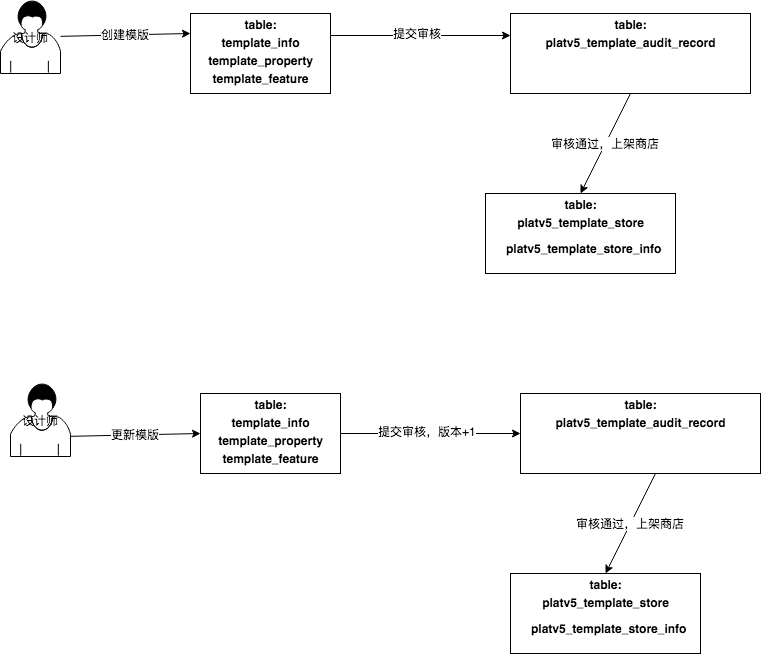
Earlier version of the draw.io export a.png (jinbiaomao/mao_demo). Source tidied: cells renumbered, new cells last; positions are measured from the earlier drawing's top-left corner, leaving out a move shared by most shapes. Source of this version:
```xml
<mxGraphModel background="#ffffff">
  <root>
    <mxCell id="0" />
    <mxCell id="1" parent="0" />
    <mxCell id="2" value="设计师" style="shape=mxgraph.bpmn.user_task;html=1;outlineConnect=0;" parent="1" vertex="1">
      <mxGeometry width="60" height="73" as="geometry" />
    </mxCell>
    <mxCell id="3" value="创建模版" style="endArrow=classic;html=1;" parent="1" edge="1" source="2">
      <mxGeometry relative="1" as="geometry">
        <mxPoint x="190" y="33" as="targetPoint" />
      </mxGeometry>
    </mxCell>
    <mxCell id="4" value="&lt;p style=&quot;margin: 0px ; margin-top: 4px ; text-align: center&quot;&gt;&lt;b&gt;table:&lt;/b&gt;&lt;/p&gt;&lt;p style=&quot;margin: 0px ; margin-top: 4px ; text-align: center&quot;&gt;&lt;b&gt;template_info&lt;/b&gt;&lt;/p&gt;&lt;p style=&quot;margin: 0px ; margin-top: 4px ; text-align: center&quot;&gt;&lt;b&gt;template_property&lt;/b&gt;&lt;/p&gt;&lt;p style=&quot;margin: 0px ; margin-top: 4px ; text-align: center&quot;&gt;&lt;b&gt;template_feature&lt;/b&gt;&lt;/p&gt;" style="verticalAlign=top;align=left;overflow=fill;fontSize=12;fontFamily=Helvetica;html=1;" parent="1" vertex="1">
      <mxGeometry x="190" y="13" width="140" height="80" as="geometry" />
    </mxCell>
    <mxCell id="5" style="endArrow=classic;html=1;exitX=1;exitY=0.5;" parent="1" edge="1">
      <mxGeometry relative="1" as="geometry">
        <mxPoint x="330" y="35" as="sourcePoint" />
        <mxPoint x="510" y="35" as="targetPoint" />
      </mxGeometry>
    </mxCell>
    <mxCell id="6" value="提交审核&lt;br&gt;&lt;br&gt;" style="text;html=1;align=center;verticalAlign=middle;labelBackgroundColor=#ffffff;" parent="5" vertex="1">
      <mxGeometry x="-0.04" y="-4" relative="1" as="geometry" />
    </mxCell>
    <mxCell id="7" value="&lt;p style=&quot;margin: 0px ; margin-top: 4px ; text-align: center&quot;&gt;&lt;b&gt;table:&lt;/b&gt;&lt;/p&gt;&lt;p style=&quot;margin: 0px ; margin-top: 4px ; text-align: center&quot;&gt;&lt;b&gt;platv5_template_&lt;/b&gt;&lt;b&gt;audit_record&lt;/b&gt;&lt;/p&gt;" style="verticalAlign=top;align=left;overflow=fill;fontSize=12;fontFamily=Helvetica;html=1;" parent="1" vertex="1">
      <mxGeometry x="510" y="13" width="240" height="80" as="geometry" />
    </mxCell>
    <mxCell id="8" value="审核通过，上架商店" style="endArrow=classic;html=1;exitX=0.5;exitY=1;" parent="1" edge="1" source="7">
      <mxGeometry relative="1" as="geometry">
        <mxPoint x="580" y="193" as="targetPoint" />
      </mxGeometry>
    </mxCell>
    <mxCell id="9" value="&lt;p style=&quot;margin: 0px ; margin-top: 4px ; text-align: center&quot;&gt;&lt;b&gt;table:&lt;/b&gt;&lt;/p&gt;&lt;p style=&quot;margin: 0px ; margin-top: 4px ; text-align: center&quot;&gt;&lt;b&gt;platv5_template&lt;/b&gt;&lt;b&gt;_&lt;/b&gt;&lt;b&gt;store&lt;/b&gt;&lt;/p&gt;&lt;p&gt;&lt;b&gt;&amp;nbsp; &amp;nbsp; &amp;nbsp; platv5_template&lt;/b&gt;&lt;b&gt;_&lt;/b&gt;&lt;b&gt;store_info&lt;/b&gt;&lt;/p&gt;&lt;p&gt;&lt;b&gt;&lt;br&gt;&lt;/b&gt;&lt;/p&gt;" style="verticalAlign=top;align=left;overflow=fill;fontSize=12;fontFamily=Helvetica;html=1;" parent="1" vertex="1">
      <mxGeometry x="485" y="193" width="190" height="80" as="geometry" />
    </mxCell>
    <mxCell id="10" value="设计师" style="shape=mxgraph.bpmn.user_task;html=1;" parent="1" vertex="1">
      <mxGeometry x="10" y="383" width="60" height="73" as="geometry" />
    </mxCell>
    <mxCell id="11" value="更新模版" style="endArrow=classic;html=1;" parent="1" edge="1">
      <mxGeometry relative="1" as="geometry">
        <mxPoint x="70" y="435.8" as="sourcePoint" />
        <mxPoint x="200" y="433" as="targetPoint" />
      </mxGeometry>
    </mxCell>
    <mxCell id="12" value="&lt;p style=&quot;margin: 0px ; margin-top: 4px ; text-align: center&quot;&gt;&lt;b&gt;table:&lt;/b&gt;&lt;/p&gt;&lt;p style=&quot;margin: 0px ; margin-top: 4px ; text-align: center&quot;&gt;&lt;b&gt;template_info&lt;/b&gt;&lt;/p&gt;&lt;p style=&quot;margin: 0px ; margin-top: 4px ; text-align: center&quot;&gt;&lt;b&gt;template_property&lt;/b&gt;&lt;/p&gt;&lt;p style=&quot;margin: 0px ; margin-top: 4px ; text-align: center&quot;&gt;&lt;b&gt;template_feature&lt;/b&gt;&lt;/p&gt;" style="verticalAlign=top;align=left;overflow=fill;fontSize=12;fontFamily=Helvetica;html=1;" parent="1" vertex="1">
      <mxGeometry x="200" y="393" width="140" height="80" as="geometry" />
    </mxCell>
    <mxCell id="13" style="endArrow=classic;html=1;exitX=1;exitY=0.5;" parent="1" edge="1">
      <mxGeometry relative="1" as="geometry">
        <mxPoint x="340" y="433" as="sourcePoint" />
        <mxPoint x="520" y="433" as="targetPoint" />
      </mxGeometry>
    </mxCell>
    <mxCell id="14" value="提交审核，版本+1&lt;br&gt;&lt;br&gt;" style="text;html=1;align=center;verticalAlign=middle;labelBackgroundColor=#ffffff;" parent="13" vertex="1">
      <mxGeometry x="-0.04" y="-4" relative="1" as="geometry" />
    </mxCell>
    <mxCell id="15" value="&lt;p style=&quot;margin: 0px ; margin-top: 4px ; text-align: center&quot;&gt;&lt;b&gt;table:&lt;/b&gt;&lt;/p&gt;&lt;p style=&quot;margin: 0px ; margin-top: 4px ; text-align: center&quot;&gt;&lt;b&gt;platv5_template_&lt;/b&gt;&lt;b&gt;audit_record&lt;/b&gt;&lt;/p&gt;" style="verticalAlign=top;align=left;overflow=fill;fontSize=12;fontFamily=Helvetica;html=1;" parent="1" vertex="1">
      <mxGeometry x="520" y="393" width="240" height="80" as="geometry" />
    </mxCell>
    <mxCell id="16" value="审核通过，上架商店" style="endArrow=classic;html=1;exitX=0.5;exitY=1;" parent="1" edge="1">
      <mxGeometry relative="1" as="geometry">
        <mxPoint x="655" y="473" as="sourcePoint" />
        <mxPoint x="605" y="573" as="targetPoint" />
      </mxGeometry>
    </mxCell>
    <mxCell id="17" value="&lt;p style=&quot;margin: 0px ; margin-top: 4px ; text-align: center&quot;&gt;&lt;b&gt;table:&lt;/b&gt;&lt;/p&gt;&lt;p style=&quot;margin: 0px ; margin-top: 4px ; text-align: center&quot;&gt;&lt;b&gt;platv5_template&lt;/b&gt;&lt;b&gt;_&lt;/b&gt;&lt;b&gt;store&lt;/b&gt;&lt;/p&gt;&lt;p&gt;&lt;b&gt;&amp;nbsp; &amp;nbsp; &amp;nbsp; platv5_template&lt;/b&gt;&lt;b&gt;_&lt;/b&gt;&lt;b&gt;store_info&lt;/b&gt;&lt;/p&gt;&lt;p&gt;&lt;b&gt;&lt;br&gt;&lt;/b&gt;&lt;/p&gt;" style="verticalAlign=top;align=left;overflow=fill;fontSize=12;fontFamily=Helvetica;html=1;" parent="1" vertex="1">
      <mxGeometry x="510" y="573" width="190" height="80" as="geometry" />
    </mxCell>
  </root>
</mxGraphModel>
```
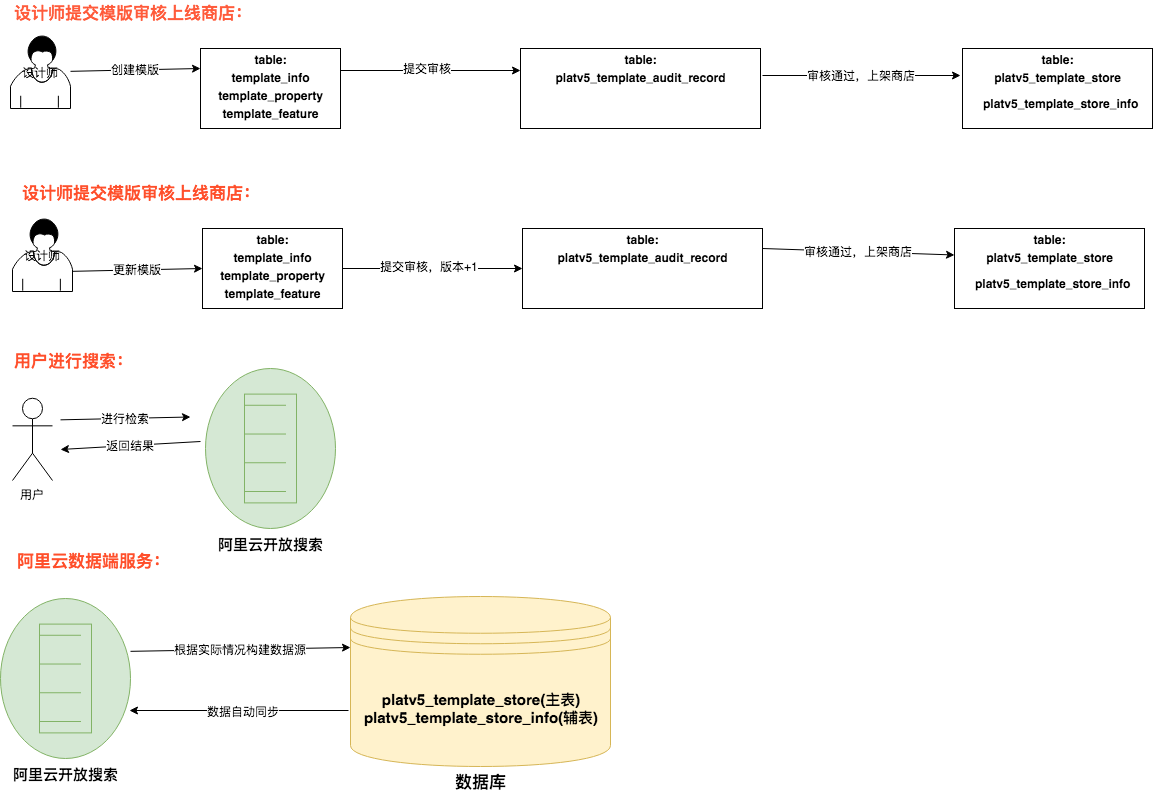
The same file after the commit.

Change to the diagram source:
```diff
@@ -25,46 +25,98 @@
     <mxCell id="7" value="&lt;p style=&quot;margin: 0px ; margin-top: 4px ; text-align: center&quot;&gt;&lt;b&gt;table:&lt;/b&gt;&lt;/p&gt;&lt;p style=&quot;margin: 0px ; margin-top: 4px ; text-align: center&quot;&gt;&lt;b&gt;platv5_template_&lt;/b&gt;&lt;b&gt;audit_record&lt;/b&gt;&lt;/p&gt;" style="verticalAlign=top;align=left;overflow=fill;fontSize=12;fontFamily=Helvetica;html=1;" parent="1" vertex="1">
       <mxGeometry x="510" y="13" width="240" height="80" as="geometry" />
     </mxCell>
-    <mxCell id="8" value="审核通过，上架商店" style="endArrow=classic;html=1;exitX=0.5;exitY=1;" parent="1" edge="1" source="7">
+    <mxCell id="8" value="审核通过，上架商店" style="endArrow=classic;html=1;exitX=1.008;exitY=0.338;exitPerimeter=0;" parent="1" edge="1" source="7">
       <mxGeometry relative="1" as="geometry">
-        <mxPoint x="580" y="193" as="targetPoint" />
+        <mxPoint x="950" y="40" as="targetPoint" />
       </mxGeometry>
     </mxCell>
     <mxCell id="9" value="&lt;p style=&quot;margin: 0px ; margin-top: 4px ; text-align: center&quot;&gt;&lt;b&gt;table:&lt;/b&gt;&lt;/p&gt;&lt;p style=&quot;margin: 0px ; margin-top: 4px ; text-align: center&quot;&gt;&lt;b&gt;platv5_template&lt;/b&gt;&lt;b&gt;_&lt;/b&gt;&lt;b&gt;store&lt;/b&gt;&lt;/p&gt;&lt;p&gt;&lt;b&gt;&amp;nbsp; &amp;nbsp; &amp;nbsp; platv5_template&lt;/b&gt;&lt;b&gt;_&lt;/b&gt;&lt;b&gt;store_info&lt;/b&gt;&lt;/p&gt;&lt;p&gt;&lt;b&gt;&lt;br&gt;&lt;/b&gt;&lt;/p&gt;" style="verticalAlign=top;align=left;overflow=fill;fontSize=12;fontFamily=Helvetica;html=1;" parent="1" vertex="1">
-      <mxGeometry x="485" y="193" width="190" height="80" as="geometry" />
+      <mxGeometry x="952" y="13" width="190" height="80" as="geometry" />
     </mxCell>
-    <mxCell id="10" value="设计师" style="shape=mxgraph.bpmn.user_task;html=1;" parent="1" vertex="1">
-      <mxGeometry x="10" y="383" width="60" height="73" as="geometry" />
+    <mxCell id="10" value="设计师" style="shape=mxgraph.bpmn.user_task;html=1;fillColor=#ffffff;strokeColor=#000000;" parent="1" vertex="1">
+      <mxGeometry x="2" y="183" width="60" height="73" as="geometry" />
     </mxCell>
     <mxCell id="11" value="更新模版" style="endArrow=classic;html=1;" parent="1" edge="1">
       <mxGeometry relative="1" as="geometry">
-        <mxPoint x="70" y="435.8" as="sourcePoint" />
-        <mxPoint x="200" y="433" as="targetPoint" />
+        <mxPoint x="62" y="235.8" as="sourcePoint" />
+        <mxPoint x="192" y="233" as="targetPoint" />
       </mxGeometry>
     </mxCell>
     <mxCell id="12" value="&lt;p style=&quot;margin: 0px ; margin-top: 4px ; text-align: center&quot;&gt;&lt;b&gt;table:&lt;/b&gt;&lt;/p&gt;&lt;p style=&quot;margin: 0px ; margin-top: 4px ; text-align: center&quot;&gt;&lt;b&gt;template_info&lt;/b&gt;&lt;/p&gt;&lt;p style=&quot;margin: 0px ; margin-top: 4px ; text-align: center&quot;&gt;&lt;b&gt;template_property&lt;/b&gt;&lt;/p&gt;&lt;p style=&quot;margin: 0px ; margin-top: 4px ; text-align: center&quot;&gt;&lt;b&gt;template_feature&lt;/b&gt;&lt;/p&gt;" style="verticalAlign=top;align=left;overflow=fill;fontSize=12;fontFamily=Helvetica;html=1;" parent="1" vertex="1">
-      <mxGeometry x="200" y="393" width="140" height="80" as="geometry" />
+      <mxGeometry x="192" y="193" width="140" height="80" as="geometry" />
     </mxCell>
     <mxCell id="13" style="endArrow=classic;html=1;exitX=1;exitY=0.5;" parent="1" edge="1">
       <mxGeometry relative="1" as="geometry">
-        <mxPoint x="340" y="433" as="sourcePoint" />
-        <mxPoint x="520" y="433" as="targetPoint" />
+        <mxPoint x="332" y="233" as="sourcePoint" />
+        <mxPoint x="512" y="233" as="targetPoint" />
       </mxGeometry>
     </mxCell>
     <mxCell id="14" value="提交审核，版本+1&lt;br&gt;&lt;br&gt;" style="text;html=1;align=center;verticalAlign=middle;labelBackgroundColor=#ffffff;" parent="13" vertex="1">
       <mxGeometry x="-0.04" y="-4" relative="1" as="geometry" />
     </mxCell>
     <mxCell id="15" value="&lt;p style=&quot;margin: 0px ; margin-top: 4px ; text-align: center&quot;&gt;&lt;b&gt;table:&lt;/b&gt;&lt;/p&gt;&lt;p style=&quot;margin: 0px ; margin-top: 4px ; text-align: center&quot;&gt;&lt;b&gt;platv5_template_&lt;/b&gt;&lt;b&gt;audit_record&lt;/b&gt;&lt;/p&gt;" style="verticalAlign=top;align=left;overflow=fill;fontSize=12;fontFamily=Helvetica;html=1;" parent="1" vertex="1">
-      <mxGeometry x="520" y="393" width="240" height="80" as="geometry" />
+      <mxGeometry x="512" y="193" width="240" height="80" as="geometry" />
     </mxCell>
-    <mxCell id="16" value="审核通过，上架商店" style="endArrow=classic;html=1;exitX=0.5;exitY=1;" parent="1" edge="1">
+    <mxCell id="16" value="审核通过，上架商店" style="endArrow=classic;html=1;exitX=1;exitY=0.25;entryX=0;entryY=0.375;entryPerimeter=0;" parent="1" edge="1" source="15">
       <mxGeometry relative="1" as="geometry">
-        <mxPoint x="655" y="473" as="sourcePoint" />
-        <mxPoint x="605" y="573" as="targetPoint" />
+        <mxPoint x="944" y="219.5" as="targetPoint" />
       </mxGeometry>
     </mxCell>
     <mxCell id="17" value="&lt;p style=&quot;margin: 0px ; margin-top: 4px ; text-align: center&quot;&gt;&lt;b&gt;table:&lt;/b&gt;&lt;/p&gt;&lt;p style=&quot;margin: 0px ; margin-top: 4px ; text-align: center&quot;&gt;&lt;b&gt;platv5_template&lt;/b&gt;&lt;b&gt;_&lt;/b&gt;&lt;b&gt;store&lt;/b&gt;&lt;/p&gt;&lt;p&gt;&lt;b&gt;&amp;nbsp; &amp;nbsp; &amp;nbsp; platv5_template&lt;/b&gt;&lt;b&gt;_&lt;/b&gt;&lt;b&gt;store_info&lt;/b&gt;&lt;/p&gt;&lt;p&gt;&lt;b&gt;&lt;br&gt;&lt;/b&gt;&lt;/p&gt;" style="verticalAlign=top;align=left;overflow=fill;fontSize=12;fontFamily=Helvetica;html=1;" parent="1" vertex="1">
-      <mxGeometry x="510" y="573" width="190" height="80" as="geometry" />
+      <mxGeometry x="944" y="193" width="190" height="80" as="geometry" />
     </mxCell>
+    <mxCell id="18" value="用户" style="shape=umlActor;verticalLabelPosition=bottom;labelBackgroundColor=#ffffff;verticalAlign=top;html=1;" parent="1" vertex="1">
+      <mxGeometry x="2" y="363" width="40" height="82" as="geometry" />
+    </mxCell>
+    <mxCell id="19" value="进行检索" style="endArrow=classic;html=1;" parent="1" edge="1">
+      <mxGeometry relative="1" as="geometry">
+        <mxPoint x="50" y="384.3" as="sourcePoint" />
+        <mxPoint x="180" y="381.5" as="targetPoint" />
+      </mxGeometry>
+    </mxCell>
+    <mxCell id="20" value="&lt;font style=&quot;font-size: 15px&quot;&gt;&lt;b&gt;platv5_template_store(主表)&lt;br&gt;platv5_template_store_info(辅表)&lt;/b&gt;&lt;/font&gt;&lt;br&gt;" style="shape=datastore;whiteSpace=wrap;html=1;fillColor=#fff2cc;strokeColor=#d6b656;" parent="1" vertex="1">
+      <mxGeometry x="340" y="561" width="260" height="170" as="geometry" />
+    </mxCell>
+    <mxCell id="21" value="返回结果" style="endArrow=classic;html=1;exitX=0;exitY=0.3;" parent="1" edge="1">
+      <mxGeometry relative="1" as="geometry">
+        <mxPoint x="190" y="406" as="sourcePoint" />
+        <mxPoint x="50" y="414" as="targetPoint" />
+      </mxGeometry>
+    </mxCell>
+    <mxCell id="22" value="&lt;font style=&quot;font-size: 15px&quot;&gt;&lt;b&gt;阿里云开放搜索&lt;/b&gt;&lt;/font&gt;" style="shape=mxgraph.bpmn.shape;html=1;verticalLabelPosition=bottom;labelBackgroundColor=#ffffff;verticalAlign=top;align=center;perimeter=ellipsePerimeter;outline=eventInt;symbol=conditional;fillColor=#d5e8d4;strokeColor=#82b366;" parent="1" vertex="1">
+      <mxGeometry x="195" y="333" width="130" height="160" as="geometry" />
+    </mxCell>
+    <mxCell id="23" value="&lt;font style=&quot;font-size: 15px&quot;&gt;&lt;b&gt;阿里云开放搜索&lt;/b&gt;&lt;/font&gt;" style="shape=mxgraph.bpmn.shape;html=1;verticalLabelPosition=bottom;labelBackgroundColor=#ffffff;verticalAlign=top;align=center;perimeter=ellipsePerimeter;outline=eventInt;symbol=conditional;fillColor=#d5e8d4;strokeColor=#82b366;" parent="1" vertex="1">
+      <mxGeometry x="-10" y="563" width="130" height="160" as="geometry" />
+    </mxCell>
+    <mxCell id="24" value="根据实际情况构建数据源" style="endArrow=classic;html=1;entryX=0;entryY=0.3;" parent="1" edge="1" target="20">
+      <mxGeometry relative="1" as="geometry">
+        <mxPoint x="120" y="615.8" as="sourcePoint" />
+      </mxGeometry>
+    </mxCell>
+    <mxCell id="25" style="endArrow=classic;html=1;entryX=0.992;entryY=0.65;entryPerimeter=0;" parent="1" edge="1">
+      <mxGeometry relative="1" as="geometry">
+        <mxPoint x="338" y="675" as="sourcePoint" />
+        <mxPoint x="119" y="675" as="targetPoint" />
+      </mxGeometry>
+    </mxCell>
+    <mxCell id="26" value="数据自动同步" style="text;html=1;align=center;verticalAlign=middle;labelBackgroundColor=#ffffff;" parent="25" vertex="1">
+      <mxGeometry x="-0.03" relative="1" as="geometry" />
+    </mxCell>
+    <mxCell id="27" value="&lt;font style=&quot;font-size: 17px&quot;&gt;&lt;b&gt;数据库&lt;/b&gt;&lt;/font&gt;" style="text;html=1;align=left;verticalAlign=top;spacingTop=-4;" parent="1" vertex="1">
+      <mxGeometry x="443" y="734" width="70" height="20" as="geometry" />
+    </mxCell>
+    <mxCell id="28" value="&lt;font style=&quot;font-size: 17px&quot; color=&quot;#ff5b3b&quot;&gt;&lt;b&gt;设计师提交模版审核上线商店：&lt;/b&gt;&lt;/font&gt;" style="text;html=1;align=left;verticalAlign=top;spacingTop=-4;" parent="1" vertex="1">
+      <mxGeometry x="2" y="-35" width="250" height="20" as="geometry" />
+    </mxCell>
+    <mxCell id="29" value="&lt;b style=&quot;font-size: 17px&quot;&gt;&lt;font color=&quot;#ff4f2b&quot;&gt;设计师提交模版审核上线商店：&lt;/font&gt;&lt;/b&gt;" style="text;html=1;align=left;verticalAlign=top;spacingTop=-4;" parent="1" vertex="1">
+      <mxGeometry x="10" y="145" width="250" height="20" as="geometry" />
+    </mxCell>
+    <mxCell id="30" value="&lt;font color=&quot;#ff4f2b&quot;&gt;&lt;span style=&quot;font-size: 17px&quot;&gt;&lt;b&gt;用户进行搜索：&lt;/b&gt;&lt;/span&gt;&lt;/font&gt;" style="text;html=1;align=left;verticalAlign=top;spacingTop=-4;" parent="1" vertex="1">
+      <mxGeometry x="2" y="313" width="130" height="20" as="geometry" />
+    </mxCell>
+    <mxCell id="31" value="&lt;font color=&quot;#ff4f2b&quot;&gt;&lt;span style=&quot;font-size: 17px&quot;&gt;&lt;b&gt;阿里云数据端服务：&lt;/b&gt;&lt;/span&gt;&lt;/font&gt;" style="text;html=1;align=left;verticalAlign=top;spacingTop=-4;" parent="1" vertex="1">
+      <mxGeometry x="5" y="513" width="170" height="20" as="geometry" />
+    </mxCell>
   </root>
 </mxGraphModel>
```
